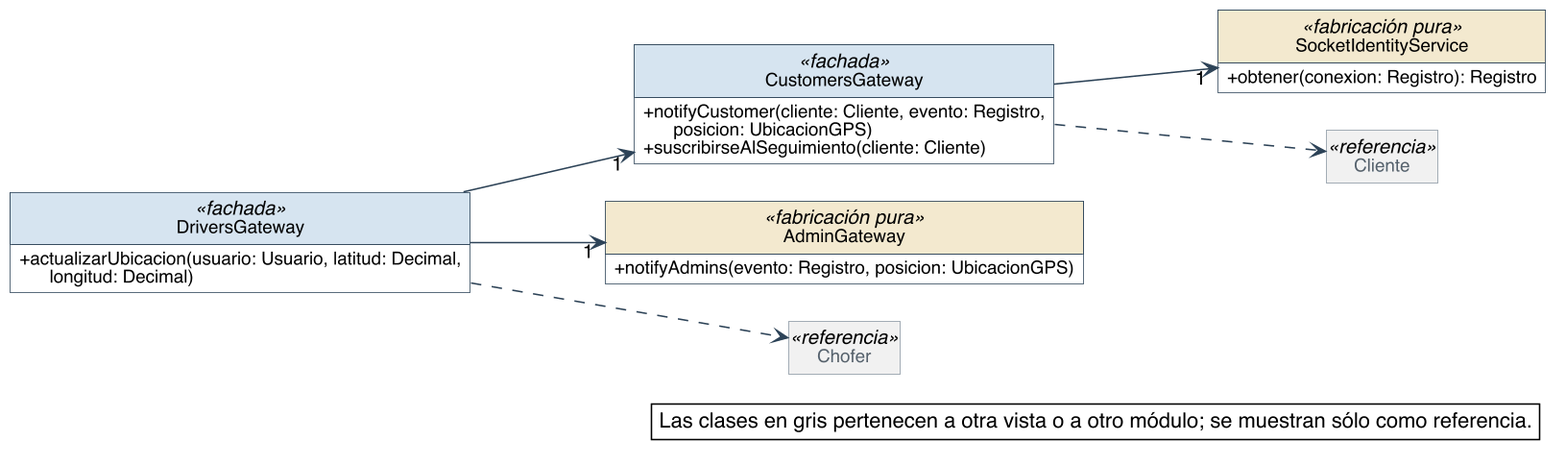
Earlier version of the PlantUML export diagramas/clases-diseno/DC_Mod_Tiempo-real.png (Nahuelito-Dev/splg-docs). The source it was exported from:
```plantuml
@startuml
skinparam backgroundColor #FFFFFF
skinparam shadowing false
skinparam defaultFontName Helvetica
skinparam defaultFontSize 13
skinparam dpi 150
skinparam nodesep 40
skinparam ranksep 55
skinparam classAttributeIconSize 0
skinparam roundCorner 0
skinparam genericDisplay old
skinparam class {
  BorderColor #2C4257
  BackgroundColor #FFFFFF
  ArrowColor #2C4257
  FontSize 14
  AttributeFontSize 12
  HeaderBackgroundColor #E8EEF3
}
skinparam class<<referencia>> {
  BackgroundColor #F1F1F1
  BorderColor #8A97A3
  FontColor #55616C
}
skinparam class<<fachada>> {
  HeaderBackgroundColor #D6E4F0
}
skinparam class<<controlador>> {
  HeaderBackgroundColor #D6E4F0
}
skinparam class<<fabricación pura>> {
  HeaderBackgroundColor #F3E9CF
}
skinparam class<<colección>> {
  HeaderBackgroundColor #E6E6E6
}
skinparam class<<adaptador>> {
  HeaderBackgroundColor #DCEBDD
}
skinparam interface {
  BorderColor #2C4257
  BackgroundColor #FFFFFF
  HeaderBackgroundColor #DCEBDD
  FontSize 14
  AttributeFontSize 12
}
skinparam note {
  BackgroundColor #FFFFFF
  BorderColor #2C4257
}
skinparam packageStyle rectangle
skinparam package {
  BorderColor #8A97A3
  FontSize 13
  FontColor #55616C
}
hide circle
hide empty members

left to right direction
skinparam nodesep 25
skinparam ranksep 90
class DriversGateway <<fachada>> {
  + actualizarUbicacion(usuario: Usuario, latitud: Decimal,\n      longitud: Decimal)
}
class CustomersGateway <<fachada>> {
  + notifyCustomer(cliente: Cliente, evento: Registro,\n      posicion: UbicacionGPS)
  + suscribirseAlSeguimiento(cliente: Cliente)
}
class AdminGateway <<fabricación pura>> {
  + notifyAdmins(evento: Registro, posicion: UbicacionGPS)
}
class SocketIdentityService <<fabricación pura>> {
  + obtener(conexion: Registro): Registro
}
class Cliente <<referencia>>
class Chofer <<referencia>>

CustomersGateway --> "1" SocketIdentityService
DriversGateway --> "1" AdminGateway
DriversGateway --> "1" CustomersGateway
CustomersGateway ..> Cliente
DriversGateway ..> Chofer

legend bottom right
  Las clases en gris pertenecen a otra vista o a otro módulo; se muestran sólo como referencia.
endlegend
@enduml
```
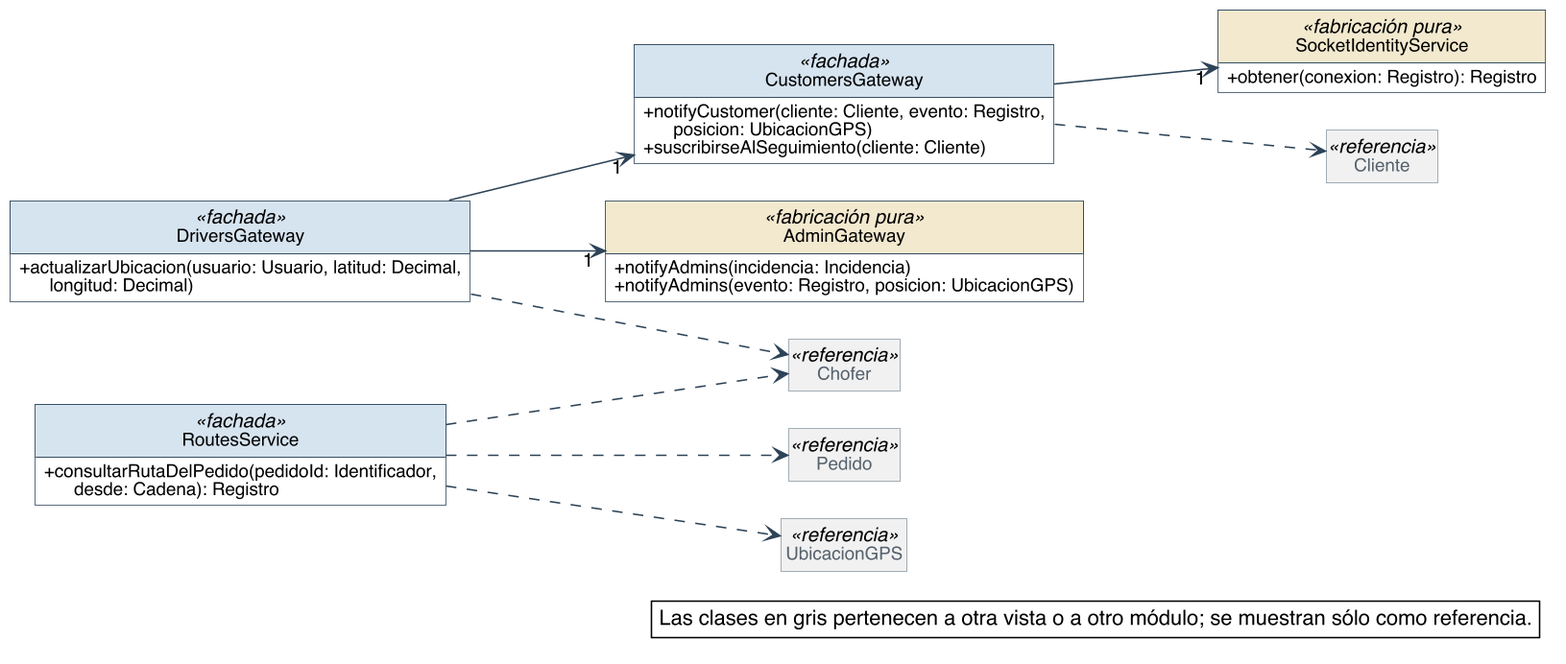
Above is the later version.

Diff of the diagram source:
```diff
@@ -68,19 +68,28 @@
   + suscribirseAlSeguimiento(cliente: Cliente)
 }
 class AdminGateway <<fabricación pura>> {
+  + notifyAdmins(incidencia: Incidencia)
   + notifyAdmins(evento: Registro, posicion: UbicacionGPS)
 }
 class SocketIdentityService <<fabricación pura>> {
   + obtener(conexion: Registro): Registro
 }
+class RoutesService <<fachada>> {
+  + consultarRutaDelPedido(pedidoId: Identificador,\n      desde: Cadena): Registro
+}
 class Cliente <<referencia>>
 class Chofer <<referencia>>
+class Pedido <<referencia>>
+class UbicacionGPS <<referencia>>
 
 CustomersGateway --> "1" SocketIdentityService
 DriversGateway --> "1" AdminGateway
 DriversGateway --> "1" CustomersGateway
 CustomersGateway ..> Cliente
 DriversGateway ..> Chofer
+RoutesService ..> Chofer
+RoutesService ..> Pedido
+RoutesService ..> UbicacionGPS
 
 legend bottom right
   Las clases en gris pertenecen a otra vista o a otro módulo; se muestran sólo como referencia.
```
